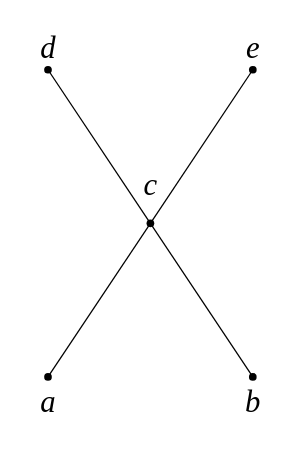
This is page "1-10" (1 of 8) of exercise/chapter6/chapter6.drawio from Zebray03/discrete-mathematics-structure, a draw.io file, before an edit. Source tidied: cells renumbered, new cells numbered last; positions are measured from the earlier drawing's top-left corner, leaving out a move shared by most shapes. Both pictures are drawn from the tidied source at 128%, with x=0, y=0 at pixel (22, 22).
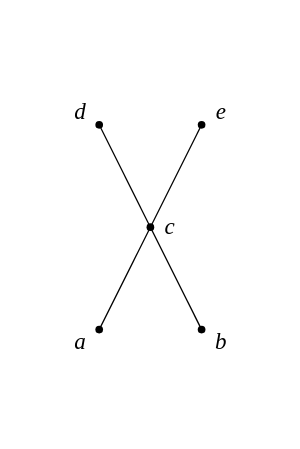
The same diagram, later.

What changed in the source:
```diff
@@
 <mxGraphModel>
   <root>
     <mxCell id="0" />
     <mxCell id="1" parent="0" />
     <mxCell id="2" style="shape=waypoint;sketch=0;fillStyle=solid;size=6;fillColor=none;perimeter=centerPerimeter;" parent="1" vertex="1">
-      <mxGeometry x="10" y="267" width="20" height="20" as="geometry" />
+      <mxGeometry x="50" y="230" width="20" height="20" as="geometry" />
     </mxCell>
     <mxCell id="3" style="shape=waypoint;sketch=0;fillStyle=solid;size=6;points=[];fillColor=none;perimeter=centerPerimeter;snapToPoint=1;" parent="1" vertex="1">
-      <mxGeometry x="170" y="267" width="20" height="20" as="geometry" />
+      <mxGeometry x="130" y="230" width="20" height="20" as="geometry" />
     </mxCell>
     <mxCell id="4" style="shape=waypoint;sketch=0;fillStyle=solid;size=6;points=[];fillColor=none;perimeter=centerPerimeter;snapToPoint=1;" parent="1" vertex="1">
-      <mxGeometry x="90" y="147" width="20" height="20" as="geometry" />
+      <mxGeometry x="90" y="150" width="20" height="20" as="geometry" />
     </mxCell>
     <mxCell id="5" style="shape=waypoint;sketch=0;fillStyle=solid;size=6;points=[];fillColor=none;perimeter=centerPerimeter;snapToPoint=1;" parent="1" vertex="1">
-      <mxGeometry x="10" y="27" width="20" height="20" as="geometry" />
+      <mxGeometry x="50" y="70" width="20" height="20" as="geometry" />
     </mxCell>
     <mxCell id="6" style="shape=waypoint;sketch=0;fillStyle=solid;size=6;points=[];fillColor=none;perimeter=centerPerimeter;snapToPoint=1;" parent="1" vertex="1">
-      <mxGeometry x="170" y="27" width="20" height="20" as="geometry" />
+      <mxGeometry x="130" y="70" width="20" height="20" as="geometry" />
     </mxCell>
-    <mxCell id="7" style="endArrow=none;html=1;rounded=0;entryX=0.6;entryY=0.89;entryDx=0;entryDy=0;entryPerimeter=0;exitX=0.16;exitY=0.61;exitDx=0;exitDy=0;exitPerimeter=0;" parent="1" edge="1" source="4" target="5">
-      <mxGeometry relative="1" as="geometry" />
-    </mxCell>
-    <mxCell id="8" style="endArrow=none;html=1;rounded=0;exitX=0.76;exitY=0.81;exitDx=0;exitDy=0;exitPerimeter=0;" parent="1" edge="1">
-      <mxGeometry relative="1" as="geometry">
-        <mxPoint x="20" y="277" as="sourcePoint" />
-        <mxPoint x="100" y="157" as="targetPoint" />
-      </mxGeometry>
-    </mxCell>
-    <mxCell id="9" style="endArrow=none;html=1;rounded=0;entryX=0.6;entryY=0.89;entryDx=0;entryDy=0;entryPerimeter=0;exitX=0.16;exitY=0.61;exitDx=0;exitDy=0;exitPerimeter=0;" parent="1" edge="1">
-      <mxGeometry relative="1" as="geometry">
-        <mxPoint x="180" y="277" as="sourcePoint" />
-        <mxPoint x="100" y="157" as="targetPoint" />
-      </mxGeometry>
-    </mxCell>
-    <mxCell id="10" value="&lt;font face=&quot;Times New Roman&quot; style=&quot;font-size: 24px;&quot;&gt;&lt;i&gt;d&lt;/i&gt;&lt;/font&gt;" style="text;html=1;align=center;verticalAlign=middle;strokeColor=none;fillColor=none;" parent="1" vertex="1">
-      <mxGeometry width="40" height="40" as="geometry" />
+    <mxCell id="10" value="&lt;font face=&quot;Times New Roman&quot; style=&quot;font-size: 18px;&quot;&gt;&lt;i style=&quot;&quot;&gt;d&lt;/i&gt;&lt;/font&gt;" style="text;html=1;align=center;verticalAlign=middle;strokeColor=none;fillColor=none;" parent="1" vertex="1">
+      <mxGeometry x="30" y="50" width="30" height="40" as="geometry" />
     </mxCell>
-    <mxCell id="11" value="&lt;font face=&quot;Times New Roman&quot; style=&quot;font-size: 24px;&quot;&gt;&lt;i&gt;e&lt;/i&gt;&lt;/font&gt;" style="text;html=1;align=center;verticalAlign=middle;strokeColor=none;fillColor=none;" parent="1" vertex="1">
-      <mxGeometry x="165" width="30" height="40" as="geometry" />
+    <mxCell id="11" value="&lt;font face=&quot;Times New Roman&quot; style=&quot;font-size: 18px;&quot;&gt;&lt;i style=&quot;&quot;&gt;e&lt;/i&gt;&lt;/font&gt;" style="text;html=1;align=center;verticalAlign=middle;strokeColor=none;fillColor=none;" parent="1" vertex="1">
+      <mxGeometry x="140" y="50" width="30" height="40" as="geometry" />
     </mxCell>
-    <mxCell id="12" value="&lt;font face=&quot;Times New Roman&quot; style=&quot;font-size: 24px;&quot;&gt;&lt;i&gt;c&lt;/i&gt;&lt;/font&gt;" style="text;html=1;align=center;verticalAlign=middle;strokeColor=none;fillColor=none;" parent="1" vertex="1">
-      <mxGeometry x="85" y="107" width="30" height="40" as="geometry" />
+    <mxCell id="12" value="&lt;font face=&quot;Times New Roman&quot; style=&quot;font-size: 18px;&quot;&gt;&lt;i style=&quot;&quot;&gt;c&lt;/i&gt;&lt;/font&gt;" style="text;html=1;align=center;verticalAlign=middle;strokeColor=none;fillColor=none;" parent="1" vertex="1">
+      <mxGeometry x="100" y="140" width="30" height="40" as="geometry" />
     </mxCell>
-    <mxCell id="13" value="&lt;font face=&quot;Times New Roman&quot; style=&quot;font-size: 24px;&quot;&gt;&lt;i&gt;b&lt;/i&gt;&lt;/font&gt;" style="text;html=1;align=center;verticalAlign=middle;strokeColor=none;fillColor=none;" parent="1" vertex="1">
-      <mxGeometry x="160" y="277" width="40" height="40" as="geometry" />
+    <mxCell id="13" value="&lt;font face=&quot;Times New Roman&quot; style=&quot;font-size: 18px;&quot;&gt;&lt;i style=&quot;&quot;&gt;b&lt;/i&gt;&lt;/font&gt;" style="text;html=1;align=center;verticalAlign=middle;strokeColor=none;fillColor=none;" parent="1" vertex="1">
+      <mxGeometry x="140" y="230" width="30" height="40" as="geometry" />
     </mxCell>
-    <mxCell id="14" value="&lt;font face=&quot;Times New Roman&quot; style=&quot;font-size: 24px;&quot;&gt;&lt;i&gt;a&lt;/i&gt;&lt;/font&gt;" style="text;html=1;align=center;verticalAlign=middle;strokeColor=none;fillColor=none;" parent="1" vertex="1">
-      <mxGeometry y="277" width="40" height="40" as="geometry" />
+    <mxCell id="14" value="&lt;font face=&quot;Times New Roman&quot; style=&quot;font-size: 18px;&quot;&gt;&lt;i style=&quot;&quot;&gt;a&lt;/i&gt;&lt;/font&gt;" style="text;html=1;align=center;verticalAlign=middle;strokeColor=none;fillColor=none;" parent="1" vertex="1">
+      <mxGeometry x="30" y="230" width="30" height="40" as="geometry" />
     </mxCell>
-    <mxCell id="15" style="endArrow=none;html=1;rounded=0;" parent="1" edge="1">
-      <mxGeometry relative="1" as="geometry">
-        <mxPoint x="100" y="157" as="sourcePoint" />
-        <mxPoint x="180" y="37" as="targetPoint" />
-      </mxGeometry>
-    </mxCell>
+    <mxCell id="16" style="endArrow=none;html=1;rounded=0;" parent="1" edge="1" target="5">
+      <mxGeometry relative="1" as="geometry">
+        <mxPoint x="100" y="160" as="sourcePoint" />
+      </mxGeometry>
+    </mxCell>
+    <mxCell id="17" style="endArrow=none;html=1;rounded=0;" parent="1" edge="1" source="3" target="4">
+      <mxGeometry relative="1" as="geometry" />
+    </mxCell>
+    <mxCell id="18" style="endArrow=none;html=1;rounded=0;" parent="1" edge="1" target="6">
+      <mxGeometry relative="1" as="geometry">
+        <mxPoint x="100" y="160" as="sourcePoint" />
+      </mxGeometry>
+    </mxCell>
+    <mxCell id="19" style="endArrow=none;html=1;rounded=0;" parent="1" edge="1">
+      <mxGeometry relative="1" as="geometry">
+        <mxPoint x="60" y="240" as="sourcePoint" />
+        <mxPoint x="100" y="160" as="targetPoint" />
+      </mxGeometry>
+    </mxCell>
   </root>
 </mxGraphModel>
```
